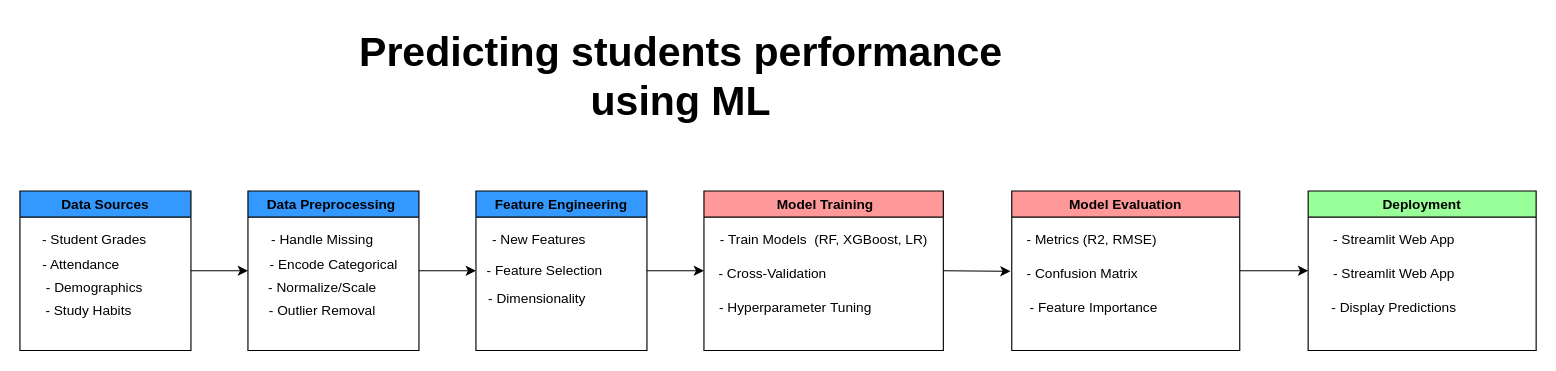
Earlier version of the draw.io diagram student_performance_diagram.drawio (FogapNjinju/PredictingStudentAcademic). Source tidied: cells renumbered, new cells numbered last; positions are measured from the earlier drawing's top-left corner, leaving out a move shared by most shapes. Both pictures are drawn from the tidied source at 114%, with x=0, y=0 at pixel (19, 19).
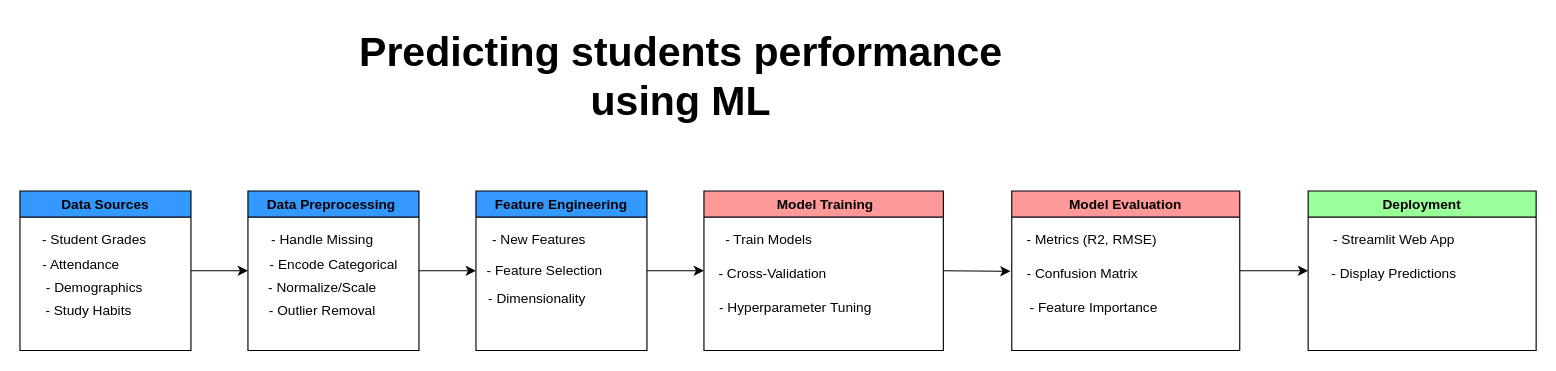
Above is the later version.

Unchanged cells that the change refers to:
```xml
<mxCell id="19" value="&amp;nbsp;Model Training" style="swimlane;whiteSpace=wrap;html=1;fillColor=#FF9999;" parent="1" vertex="1">
  <mxGeometry x="600" y="150" width="210" height="140" as="geometry" />
</mxCell>
<mxCell id="29" value="Deployment" style="swimlane;whiteSpace=wrap;html=1;fillColor=#99FF99;" parent="1" vertex="1">
  <mxGeometry x="1130" y="150" width="200" height="140" as="geometry" />
</mxCell>
```

Change to the diagram source:
```diff
@@
-    <mxCell id="22" value="- Train Models&amp;nbsp;&amp;nbsp;(RF, XGBoost, LR)" style="text;html=1;align=center;verticalAlign=middle;strokeColor=none;fillColor=none;" parent="19" vertex="1">
-      <mxGeometry y="28" width="210" height="30" as="geometry" />
+    <mxCell id="22" value="- Train Models&amp;nbsp;&amp;nbsp;" style="text;html=1;align=center;verticalAlign=middle;strokeColor=none;fillColor=none;" parent="19" vertex="1">
+      <mxGeometry x="5" y="28" width="110" height="30" as="geometry" />
     </mxCell>
@@
-    <mxCell id="31" value="- Streamlit Web App" style="text;html=1;align=center;verticalAlign=middle;strokeColor=none;fillColor=none;" parent="29" vertex="1">
-      <mxGeometry x="10" y="58" width="130" height="30" as="geometry" />
-    </mxCell>
     <mxCell id="32" value="- Display Predictions" style="text;html=1;align=center;verticalAlign=middle;strokeColor=none;fillColor=none;" parent="29" vertex="1">
-      <mxGeometry x="10" y="88" width="130" height="30" as="geometry" />
+      <mxGeometry x="10" y="58" width="130" height="30" as="geometry" />
     </mxCell>
```
